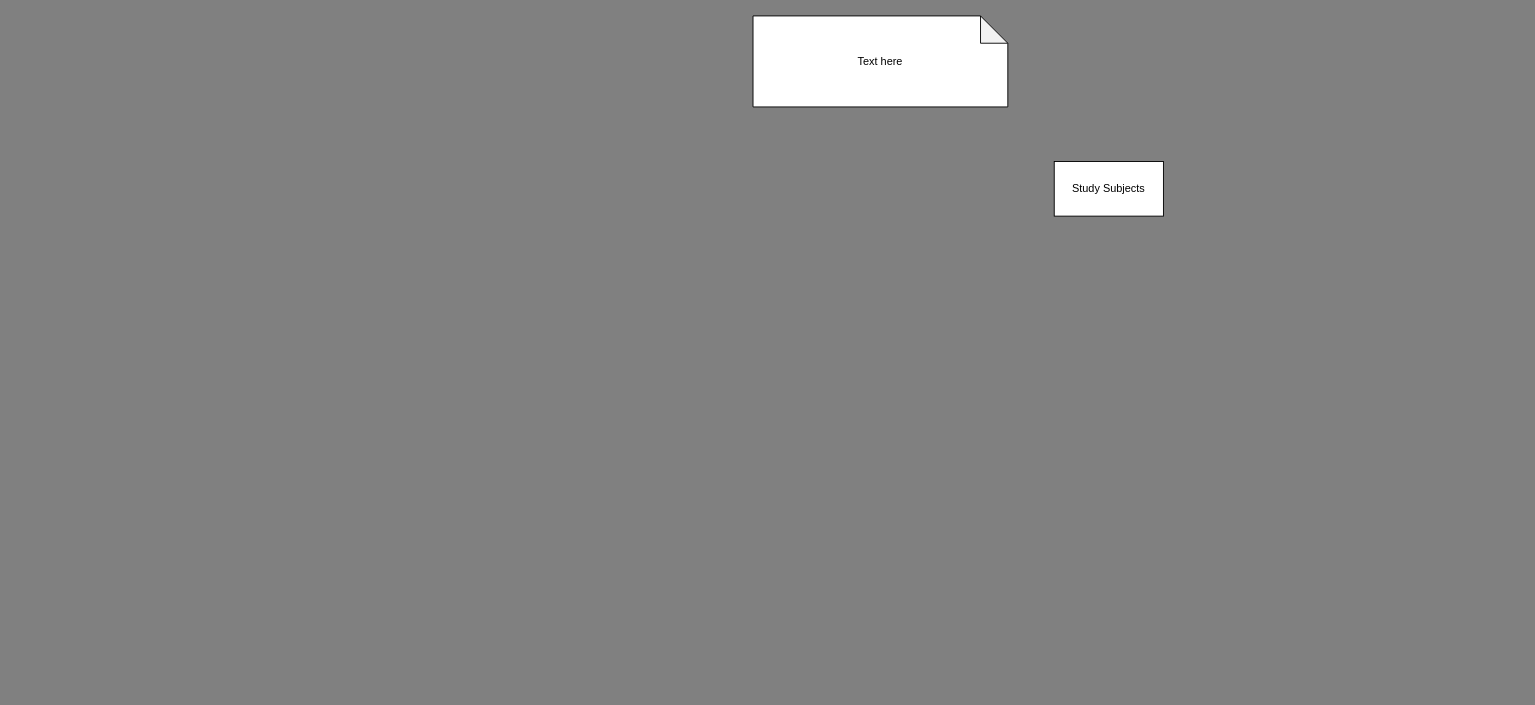
HalexV/study-materials keeps this draw.io diagram as StudyTree.drawio. Above is the earlier version. Source tidied: cells renumbered, new cells numbered last; positions are measured from the earlier drawing's top-left corner, leaving out a move shared by most shapes. Both pictures are drawn from the tidied source at 91%, with x=0, y=0 at pixel (753, 15).
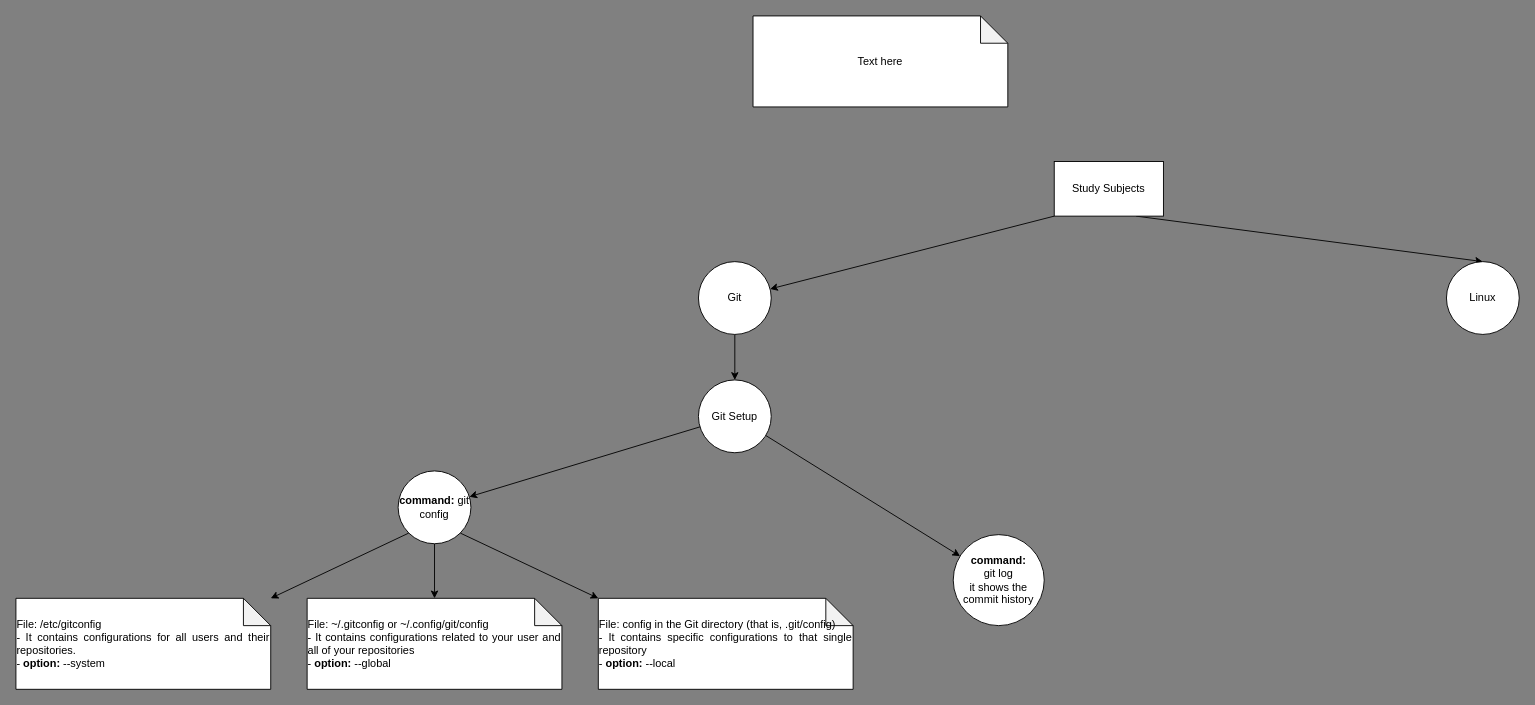
The same diagram, later.

Commit message:
More notes added about Git in the graph.

The edit, as a diff of the source:
```diff
@@
 <mxGraphModel background="#808080">
   <root>
     <mxCell id="0" />
     <mxCell id="1" parent="0" />
+    <mxCell id="4" style="rounded=0;jettySize=auto;html=1;exitX=0;exitY=1;exitDx=0;exitDy=0;orthogonal=1;" parent="1" edge="1" source="2" target="7">
+      <mxGeometry relative="1" as="geometry" />
+    </mxCell>
+    <mxCell id="5" style="rounded=0;jettySize=auto;html=1;exitX=0.75;exitY=1;exitDx=0;exitDy=0;entryX=0.5;entryY=0;entryDx=0;entryDy=0;orthogonal=1;" parent="1" edge="1" source="2" target="16">
+      <mxGeometry relative="1" as="geometry" />
+    </mxCell>
-    <mxCell id="2" value="Study Subjects" style="rounded=0;whiteSpace=wrap;html=1;" parent="1" vertex="1" collapsed="1">
+    <mxCell id="2" value="Study Subjects" style="rounded=0;whiteSpace=wrap;html=1;" parent="1" vertex="1">
       <mxGeometry x="331" y="160" width="120" height="60" as="geometry" />
     </mxCell>
+    <mxCell id="6" style="rounded=0;jettySize=auto;html=1;orthogonal=1;" parent="1" edge="1" source="7" target="10">
+      <mxGeometry relative="1" as="geometry" />
+    </mxCell>
+    <mxCell id="7" value="Git" style="ellipse;whiteSpace=wrap;html=1;" parent="1" vertex="1">
+      <mxGeometry x="-60" y="270" width="80" height="80" as="geometry" />
+    </mxCell>
+    <mxCell id="8" style="rounded=0;jettySize=auto;html=1;orthogonal=1;" parent="1" edge="1" source="10" target="15">
+      <mxGeometry relative="1" as="geometry" />
+    </mxCell>
+    <mxCell id="9" style="rounded=0;jettySize=auto;html=1;" parent="1" edge="1" source="10" target="11">
+      <mxGeometry relative="1" as="geometry" />
+    </mxCell>
+    <mxCell id="10" value="Git Setup" style="ellipse;whiteSpace=wrap;html=1;" parent="1" vertex="1">
+      <mxGeometry x="-60" y="400" width="80" height="80" as="geometry" />
+    </mxCell>
+    <mxCell id="11" value="&lt;b&gt;command:&lt;/b&gt;&lt;br&gt;git log&lt;br&gt;it shows the commit history" style="ellipse;whiteSpace=wrap;html=1;" parent="1" vertex="1" collapsed="1">
+      <mxGeometry x="220" y="570" width="100" height="100" as="geometry" />
+    </mxCell>
+    <mxCell id="12" style="rounded=0;jettySize=auto;html=1;exitX=0;exitY=1;exitDx=0;exitDy=0;orthogonal=1;" parent="1" edge="1" source="15" target="17">
+      <mxGeometry relative="1" as="geometry" />
+    </mxCell>
+    <mxCell id="13" style="rounded=0;jettySize=auto;html=1;exitX=0.5;exitY=1;exitDx=0;exitDy=0;orthogonal=1;" parent="1" edge="1" source="15" target="18">
+      <mxGeometry relative="1" as="geometry" />
+    </mxCell>
+    <mxCell id="14" style="rounded=0;jettySize=auto;html=1;exitX=1;exitY=1;exitDx=0;exitDy=0;orthogonal=1;" parent="1" edge="1" source="15" target="19">
+      <mxGeometry relative="1" as="geometry" />
+    </mxCell>
+    <mxCell id="15" value="&lt;b&gt;command:&lt;/b&gt; git config" style="ellipse;whiteSpace=wrap;html=1;" parent="1" vertex="1">
+      <mxGeometry x="-390" y="500" width="80" height="80" as="geometry" />
+    </mxCell>
+    <mxCell id="16" value="Linux" style="ellipse;whiteSpace=wrap;html=1;" parent="1" vertex="1" collapsed="1">
+      <mxGeometry x="762" y="270" width="80" height="80" as="geometry" />
+    </mxCell>
     <mxCell id="3" value="&lt;div style=&quot;text-align: justify&quot;&gt;Text here&lt;/div&gt;" style="shape=note;whiteSpace=wrap;html=1;backgroundOutline=1;darkOpacity=0.05;" parent="1" vertex="1">
       <mxGeometry width="280" height="100" as="geometry" />
     </mxCell>
+    <mxCell id="17" value="&lt;div style=&quot;text-align: justify&quot;&gt;File: /etc/gitconfig&lt;/div&gt;&lt;div style=&quot;text-align: justify&quot;&gt;- It contains configurations for all users and their repositories.&lt;/div&gt;&lt;div style=&quot;text-align: justify&quot;&gt;- &lt;b&gt;option:&lt;/b&gt; --system&lt;/div&gt;" style="shape=note;whiteSpace=wrap;html=1;backgroundOutline=1;darkOpacity=0.05;" parent="1" vertex="1">
+      <mxGeometry x="-810" y="640" width="280" height="100" as="geometry" />
+    </mxCell>
+    <mxCell id="18" value="&lt;div style=&quot;text-align: justify&quot;&gt;File: ~/.gitconfig or ~/.config/git/config&lt;/div&gt;&lt;div style=&quot;text-align: justify&quot;&gt;- It contains configurations related to your user and all of your repositories&lt;/div&gt;&lt;div style=&quot;text-align: justify&quot;&gt;- &lt;b&gt;option: &lt;/b&gt;--global&lt;/div&gt;" style="shape=note;whiteSpace=wrap;html=1;backgroundOutline=1;darkOpacity=0.05;" parent="1" vertex="1">
+      <mxGeometry x="-490" y="640" width="280" height="100" as="geometry" />
+    </mxCell>
+    <mxCell id="19" value="&lt;div style=&quot;text-align: justify&quot;&gt;File: config in the Git directory (that is, .git/config)&lt;/div&gt;&lt;div style=&quot;text-align: justify&quot;&gt;- It contains specific configurations to that single repository&lt;/div&gt;&lt;div style=&quot;text-align: justify&quot;&gt;- &lt;b&gt;option: &lt;/b&gt;--local&lt;/div&gt;" style="shape=note;whiteSpace=wrap;html=1;backgroundOutline=1;darkOpacity=0.05;" parent="1" vertex="1">
+      <mxGeometry x="-170" y="640" width="280" height="100" as="geometry" />
+    </mxCell>
   </root>
 </mxGraphModel>
```
